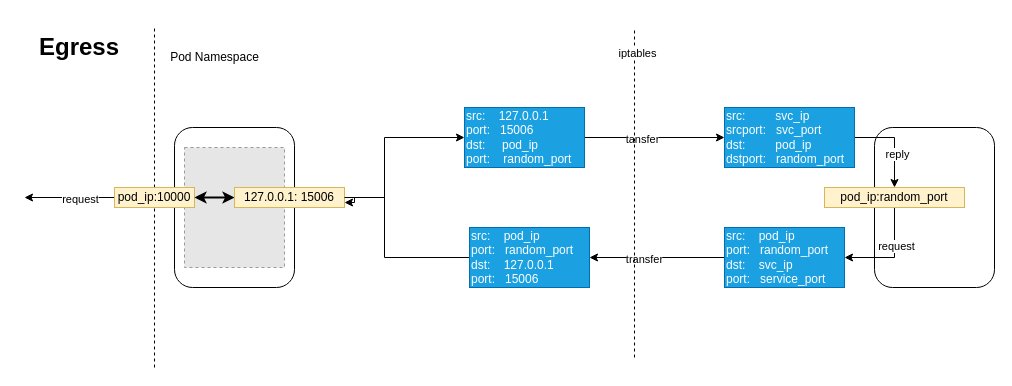
Before: egress_bypass_envoy.drawio in xu1zhou/Documents, a draw.io diagram. Source tidied: cells renumbered, new cells numbered last; positions are measured from the earlier drawing's top-left corner, leaving out a move shared by most shapes. Both pictures are drawn from the tidied source at 100%, with x=0, y=0 at pixel (24, 27). Pictures stored in the file or linked from it are replaced by grey dashed boxes.
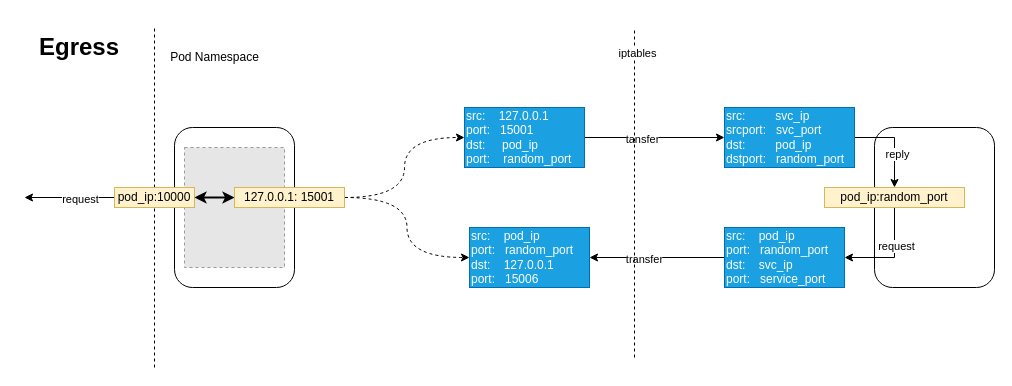
The same page after the edit.

Unchanged cells that the change refers to:
```xml
<mxCell id="24" value="src:&amp;nbsp; &amp;nbsp; pod_ip &lt;br&gt;port:&amp;nbsp; &amp;nbsp;random_port&lt;br&gt;&lt;div&gt;dst:&amp;nbsp; &amp;nbsp; 127.0.0.1&amp;nbsp;&amp;nbsp;&lt;/div&gt;&lt;div&gt;port:&amp;nbsp; &amp;nbsp;15006&lt;/div&gt;" style="rounded=0;whiteSpace=wrap;html=1;align=left;fillColor=#1ba1e2;strokeColor=#006EAF;fontColor=#ffffff;" parent="1" vertex="1">
  <mxGeometry x="445" y="200" width="120" height="60" as="geometry" />
</mxCell>
```

The edit, as a diff of the source:
```diff
@@
+    <mxCell id="19" style="edgeStyle=orthogonalEdgeStyle;curved=1;rounded=0;jettySize=auto;html=1;entryX=0;entryY=0.5;entryDx=0;entryDy=0;dashed=1;fontSize=17;" parent="1" edge="1" source="10" target="18">
+      <mxGeometry relative="1" as="geometry" />
+    </mxCell>
+    <mxCell id="30" style="edgeStyle=orthogonalEdgeStyle;curved=1;rounded=0;jettySize=auto;html=1;entryX=0;entryY=0.5;entryDx=0;entryDy=0;dashed=1;fontSize=17;" parent="1" edge="1" source="10" target="24">
+      <mxGeometry relative="1" as="geometry" />
+    </mxCell>
-    <mxCell id="10" value="127.0.0.1: 15006" style="text;html=1;strokeColor=#d6b656;fillColor=#fff2cc;align=center;verticalAlign=middle;whiteSpace=wrap;rounded=0;" parent="1" vertex="1">
+    <mxCell id="10" value="127.0.0.1: 15001" style="text;html=1;strokeColor=#d6b656;fillColor=#fff2cc;align=center;verticalAlign=middle;whiteSpace=wrap;rounded=0;" parent="1" vertex="1">
       <mxGeometry x="210" y="160" width="110" height="20" as="geometry" />
     </mxCell>
@@
-    <mxCell id="18" value="src:&amp;nbsp; &amp;nbsp; 127.0.0.1 &lt;br&gt;port:&amp;nbsp; &amp;nbsp;15006&lt;br&gt;&lt;div&gt;dst:&amp;nbsp; &amp;nbsp; &amp;nbsp;pod_ip&lt;/div&gt;&lt;div&gt;port:&amp;nbsp; &amp;nbsp; random_port&lt;/div&gt;" style="rounded=0;whiteSpace=wrap;html=1;align=left;strokeColor=#006EAF;fontColor=#ffffff;fillColor=#1ba1e2;" parent="1" vertex="1">
+    <mxCell id="18" value="src:&amp;nbsp; &amp;nbsp; 127.0.0.1 &lt;br&gt;port:&amp;nbsp; &amp;nbsp;15001&lt;br&gt;&lt;div&gt;dst:&amp;nbsp; &amp;nbsp; &amp;nbsp;pod_ip&lt;/div&gt;&lt;div&gt;port:&amp;nbsp; &amp;nbsp; random_port&lt;/div&gt;" style="rounded=0;whiteSpace=wrap;html=1;align=left;strokeColor=#006EAF;fontColor=#ffffff;fillColor=#1ba1e2;" parent="1" vertex="1">
       <mxGeometry x="440" y="80" width="120" height="60" as="geometry" />
     </mxCell>
-    <mxCell id="19" style="edgeStyle=orthogonalEdgeStyle;rounded=0;jettySize=auto;html=1;entryX=0;entryY=0.5;entryDx=0;entryDy=0;exitX=1;exitY=0.5;exitDx=0;exitDy=0;" parent="1" edge="1" source="10" target="18">
-      <mxGeometry relative="1" as="geometry">
-        <Array as="points">
-          <mxPoint x="360" y="170" />
-          <mxPoint x="360" y="110" />
-        </Array>
-      </mxGeometry>
-    </mxCell>
@@
-    <mxCell id="23" style="edgeStyle=orthogonalEdgeStyle;rounded=0;jettySize=auto;html=1;entryX=1;entryY=0.75;entryDx=0;entryDy=0;" parent="1" edge="1" source="24" target="10">
-      <mxGeometry relative="1" as="geometry">
-        <Array as="points">
-          <mxPoint x="360" y="230" />
-          <mxPoint x="360" y="170" />
-          <mxPoint x="330" y="170" />
-        </Array>
-      </mxGeometry>
-    </mxCell>
```
